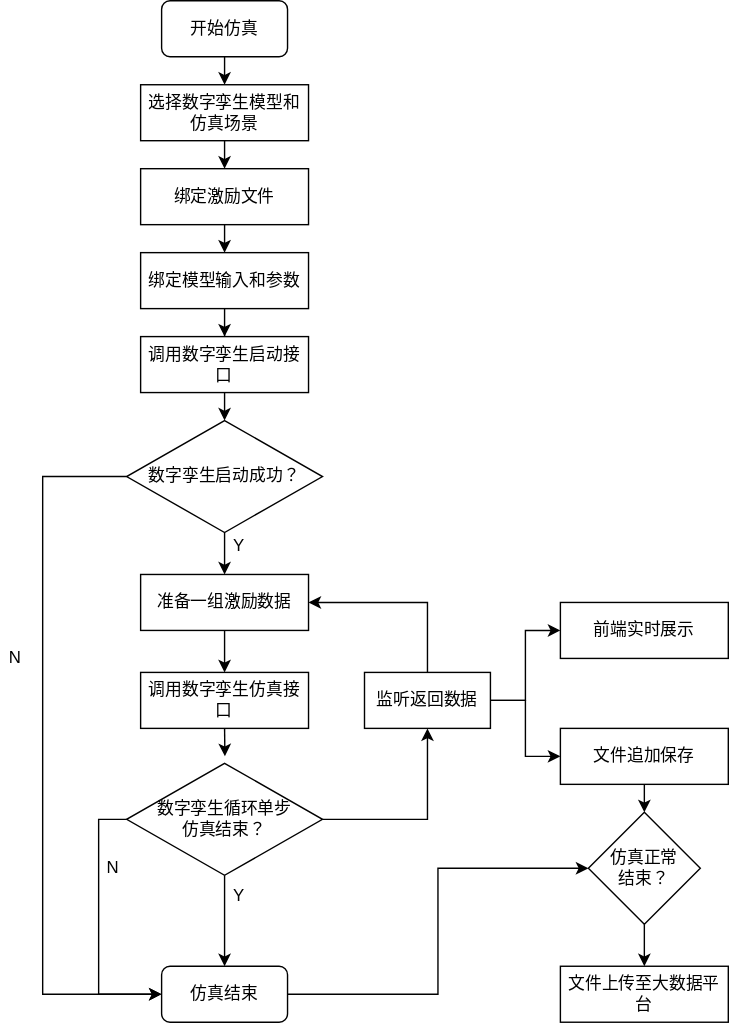
Earlier version of the draw.io export digital.svg (suzhaobin/tyc). Source tidied: cells renumbered, new cells last; positions are measured from the earlier drawing's top-left corner, leaving out a move shared by most shapes.
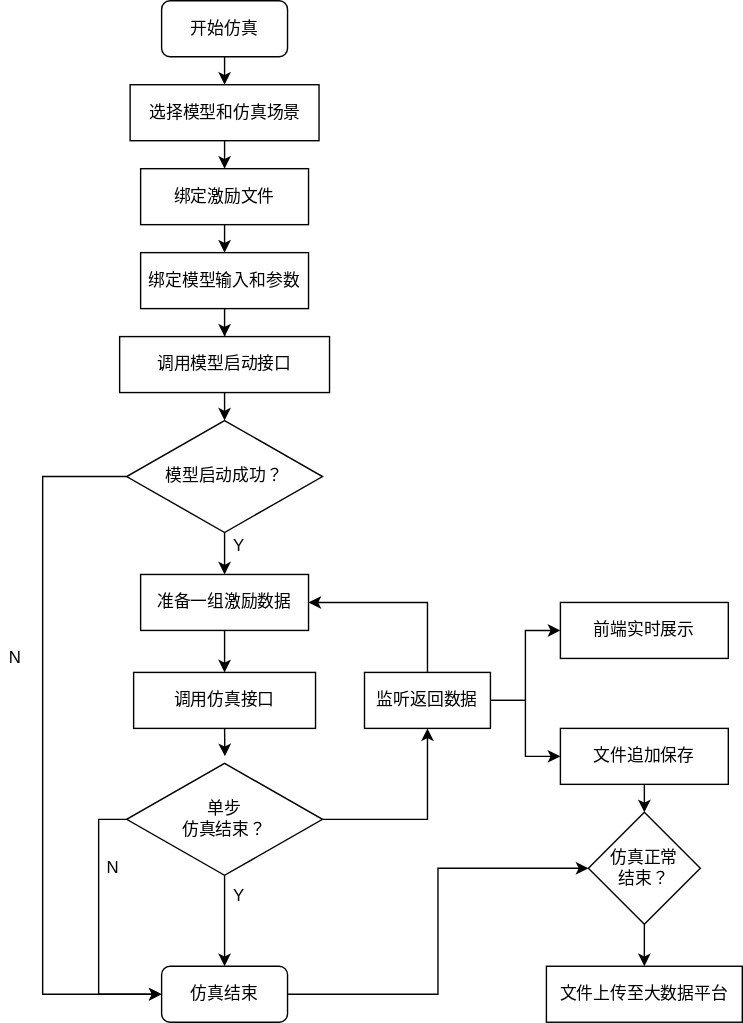
After the commit.

Diff of the diagram source:
```diff
@@ -11,8 +11,8 @@
     <mxCell id="4" style="edgeStyle=orthogonalEdgeStyle;rounded=0;jettySize=auto;html=1;exitX=0.5;exitY=1;exitDx=0;exitDy=0;entryX=0.5;entryY=0;entryDx=0;entryDy=0;" parent="1" edge="1" source="5" target="7">
       <mxGeometry relative="1" as="geometry" />
     </mxCell>
-    <mxCell id="5" value="选择数字孪生模型和仿真场景" style="rounded=0;whiteSpace=wrap;html=1;" parent="1" vertex="1">
-      <mxGeometry x="100" y="60" width="120" height="40" as="geometry" />
+    <mxCell id="5" value="选择模型和仿真场景" style="rounded=0;whiteSpace=wrap;html=1;" parent="1" vertex="1">
+      <mxGeometry x="92.5" y="60" width="135" height="40" as="geometry" />
     </mxCell>
     <mxCell id="6" style="edgeStyle=orthogonalEdgeStyle;rounded=0;jettySize=auto;html=1;exitX=0.5;exitY=1;exitDx=0;exitDy=0;entryX=0.5;entryY=0;entryDx=0;entryDy=0;" parent="1" edge="1" source="7" target="9">
       <mxGeometry relative="1" as="geometry" />
@@ -29,8 +29,8 @@
     <mxCell id="10" style="edgeStyle=orthogonalEdgeStyle;rounded=0;jettySize=auto;html=1;exitX=0.5;exitY=1;exitDx=0;exitDy=0;entryX=0.5;entryY=0;entryDx=0;entryDy=0;" parent="1" edge="1" source="11" target="15">
       <mxGeometry relative="1" as="geometry" />
     </mxCell>
-    <mxCell id="11" value="调用数字孪生启动接口" style="rounded=0;whiteSpace=wrap;html=1;" parent="1" vertex="1">
-      <mxGeometry x="100" y="240" width="120" height="40" as="geometry" />
+    <mxCell id="11" value="调用模型启动接口" style="rounded=0;whiteSpace=wrap;html=1;" parent="1" vertex="1">
+      <mxGeometry x="85" y="240" width="150" height="40" as="geometry" />
     </mxCell>
     <mxCell id="12" style="edgeStyle=orthogonalEdgeStyle;rounded=0;jettySize=auto;html=1;exitX=0.5;exitY=1;exitDx=0;exitDy=0;entryX=0.5;entryY=0;entryDx=0;entryDy=0;" parent="1" edge="1" source="13" target="18">
       <mxGeometry relative="1" as="geometry" />
@@ -46,7 +46,7 @@
         </Array>
       </mxGeometry>
     </mxCell>
-    <mxCell id="15" value="数字孪生启动成功？" style="rhombus;whiteSpace=wrap;html=1;" parent="1" vertex="1">
+    <mxCell id="15" value="模型启动成功？" style="rhombus;whiteSpace=wrap;html=1;" parent="1" vertex="1">
       <mxGeometry x="90" y="300" width="140" height="80" as="geometry" />
     </mxCell>
     <mxCell id="16" style="edgeStyle=orthogonalEdgeStyle;rounded=0;jettySize=auto;html=1;exitX=0.5;exitY=1;exitDx=0;exitDy=0;entryX=0.5;entryY=0;entryDx=0;entryDy=0;" parent="1" edge="1" source="15" target="13">
@@ -57,8 +57,8 @@
         <mxPoint x="160.2" y="540" as="targetPoint" />
       </mxGeometry>
     </mxCell>
-    <mxCell id="18" value="调用数字孪生仿真接口" style="rounded=0;whiteSpace=wrap;html=1;" parent="1" vertex="1">
-      <mxGeometry x="100" y="480" width="120" height="40" as="geometry" />
+    <mxCell id="18" value="调用仿真接口" style="rounded=0;whiteSpace=wrap;html=1;" parent="1" vertex="1">
+      <mxGeometry x="95" y="480" width="130" height="40" as="geometry" />
     </mxCell>
     <mxCell id="19" style="edgeStyle=orthogonalEdgeStyle;rounded=0;jettySize=auto;html=1;exitX=1;exitY=0.5;exitDx=0;exitDy=0;entryX=0.5;entryY=1;entryDx=0;entryDy=0;" parent="1" edge="1" source="22" target="28">
       <mxGeometry relative="1" as="geometry" />
@@ -69,7 +69,7 @@
     <mxCell id="21" style="edgeStyle=orthogonalEdgeStyle;rounded=0;jettySize=auto;html=1;exitX=0;exitY=0.5;exitDx=0;exitDy=0;entryX=0;entryY=0.5;entryDx=0;entryDy=0;" parent="1" edge="1" source="22" target="24">
       <mxGeometry relative="1" as="geometry" />
     </mxCell>
-    <mxCell id="22" value="&lt;div&gt;数字孪生循环单步&lt;/div&gt;&lt;div&gt;仿真结束？&lt;/div&gt;" style="rhombus;whiteSpace=wrap;html=1;" parent="1" vertex="1">
+    <mxCell id="22" value="&lt;div&gt;单步&lt;/div&gt;&lt;div&gt;仿真结束？&lt;/div&gt;" style="rhombus;whiteSpace=wrap;html=1;" parent="1" vertex="1">
       <mxGeometry x="90" y="545" width="140" height="80" as="geometry" />
     </mxCell>
     <mxCell id="23" style="edgeStyle=orthogonalEdgeStyle;rounded=0;jettySize=auto;html=1;exitX=1;exitY=0.5;exitDx=0;exitDy=0;entryX=0;entryY=0.5;entryDx=0;entryDy=0;" parent="1" edge="1" source="24" target="37">
@@ -118,7 +118,7 @@
       <mxGeometry x="420" y="580" width="80" height="80" as="geometry" />
     </mxCell>
     <mxCell id="38" value="文件上传至大数据平台" style="rounded=0;whiteSpace=wrap;html=1;" parent="1" vertex="1">
-      <mxGeometry x="400" y="690" width="120" height="40" as="geometry" />
+      <mxGeometry x="390" y="690" width="140" height="40" as="geometry" />
     </mxCell>
   </root>
 </mxGraphModel>
```
